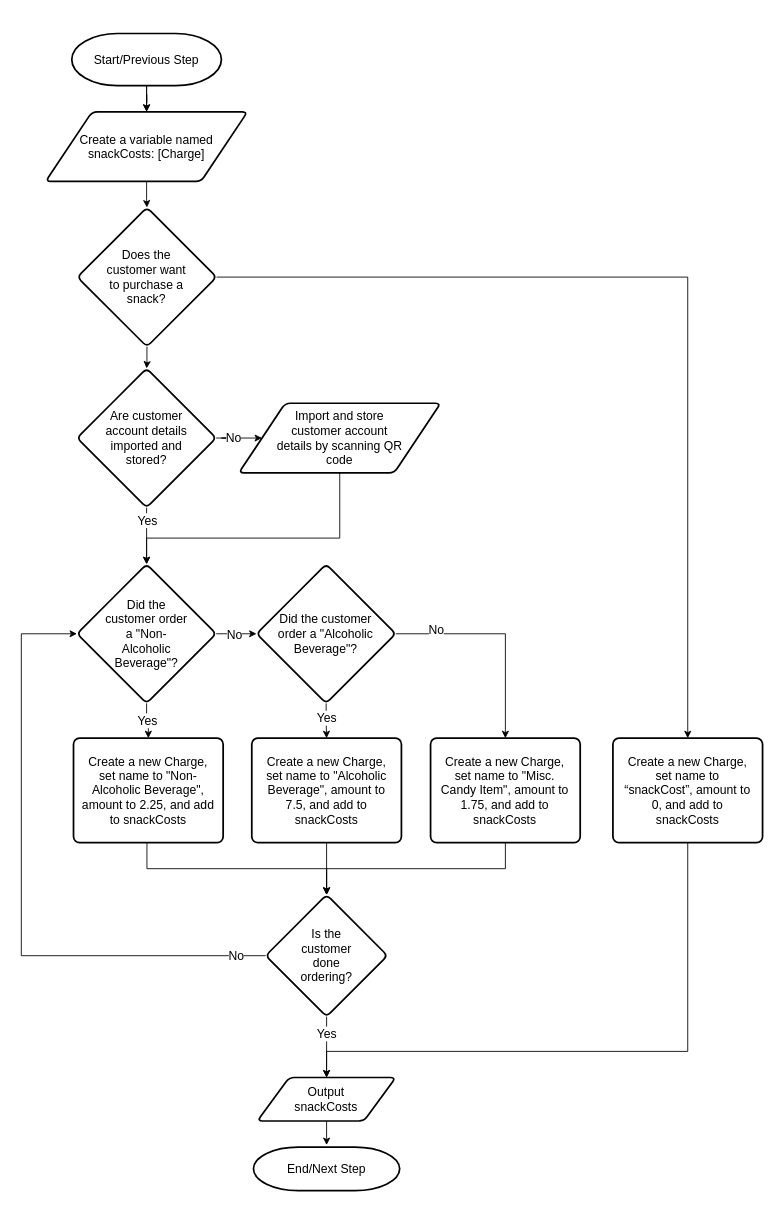
Before: APS145NFF/W5/APS145_WS5_logic3_part4.drawio in lucanovello/Winter-2024, a draw.io diagram. Source tidied: cells renumbered, new cells numbered last; positions are measured from the earlier drawing's top-left corner, leaving out a move shared by most shapes. Both pictures are drawn from the tidied source at 87%, with x=0, y=0 at pixel (21, 33).
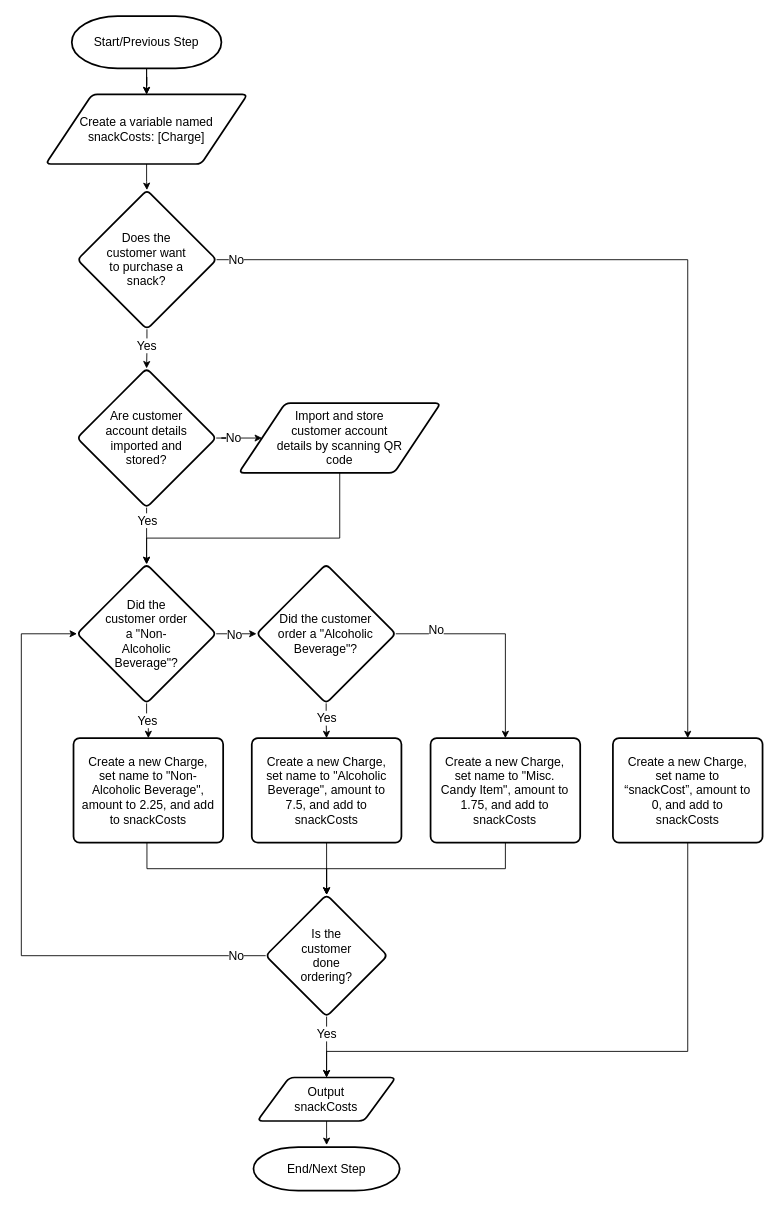
The same page after the edit.

The change refers to these unchanged cells:
```xml
<mxCell id="31" style="edgeStyle=orthogonalEdgeStyle;rounded=0;jettySize=auto;html=1;fontSize=14;" parent="1" edge="1" source="33" target="38">
  <mxGeometry relative="1" as="geometry" />
</mxCell>
<mxCell id="32" style="edgeStyle=orthogonalEdgeStyle;rounded=0;jettySize=auto;html=1;entryX=0.5;entryY=0;entryDx=0;entryDy=0;fontSize=14;" parent="1" edge="1" source="33" target="42">
  <mxGeometry relative="1" as="geometry" />
</mxCell>
```

Diff of the diagram source:
```diff
@@
     <mxCell id="3" value="Start/Previous Step" style="strokeWidth=2;html=1;shape=mxgraph.flowchart.terminator;whiteSpace=wrap;spacing=20;spacingTop=5;spacingBottom=5;spacingLeft=5;spacingRight=5;fontSize=14;" parent="1" vertex="1">
-      <mxGeometry x="58" width="172" height="60" as="geometry" />
+      <mxGeometry x="58" y="-20" width="172" height="60" as="geometry" />
     </mxCell>
@@
     <mxCell id="15" value="&lt;div style=&quot;font-size: 14px;&quot;&gt;&lt;div style=&quot;font-size: 14px;&quot;&gt;Create a variable named snackCosts: [Charge]&lt;/div&gt;&lt;/div&gt;" style="shape=parallelogram;html=1;strokeWidth=2;perimeter=parallelogramPerimeter;whiteSpace=wrap;rounded=1;arcSize=12;size=0.23;spacing=20;spacingTop=0;spacingBottom=0;spacingLeft=15;spacingRight=15;fontSize=14;" parent="1" vertex="1">
-      <mxGeometry x="28" y="90" width="232" height="80" as="geometry" />
+      <mxGeometry x="28" y="70" width="232" height="80" as="geometry" />
     </mxCell>
@@
+    <mxCell id="43" value="Yes" style="edgeLabel;html=1;align=center;verticalAlign=middle;fontSize=14;" parent="31" vertex="1">
+      <mxGeometry x="-0.21" y="-1" relative="1" as="geometry" />
+    </mxCell>
@@
+    <mxCell id="44" value="No" style="edgeLabel;html=1;align=center;verticalAlign=middle;fontSize=14;" parent="32" vertex="1">
+      <mxGeometry x="-0.96" relative="1" as="geometry" />
+    </mxCell>
     <mxCell id="33" value="&lt;p style=&quot;line-height: 120%; font-size: 14px;&quot;&gt;Does the customer want to purchase a snack?&lt;/p&gt;" style="rhombus;whiteSpace=wrap;html=1;strokeWidth=2;rounded=1;arcSize=12;verticalAlign=middle;horizontal=1;spacing=20;spacingBottom=0;spacingTop=0;spacingLeft=10;spacingRight=10;fontSize=14;" parent="1" vertex="1">
-      <mxGeometry x="64.4" y="200" width="160" height="160" as="geometry" />
+      <mxGeometry x="64.4" y="180" width="160" height="160" as="geometry" />
     </mxCell>
```
